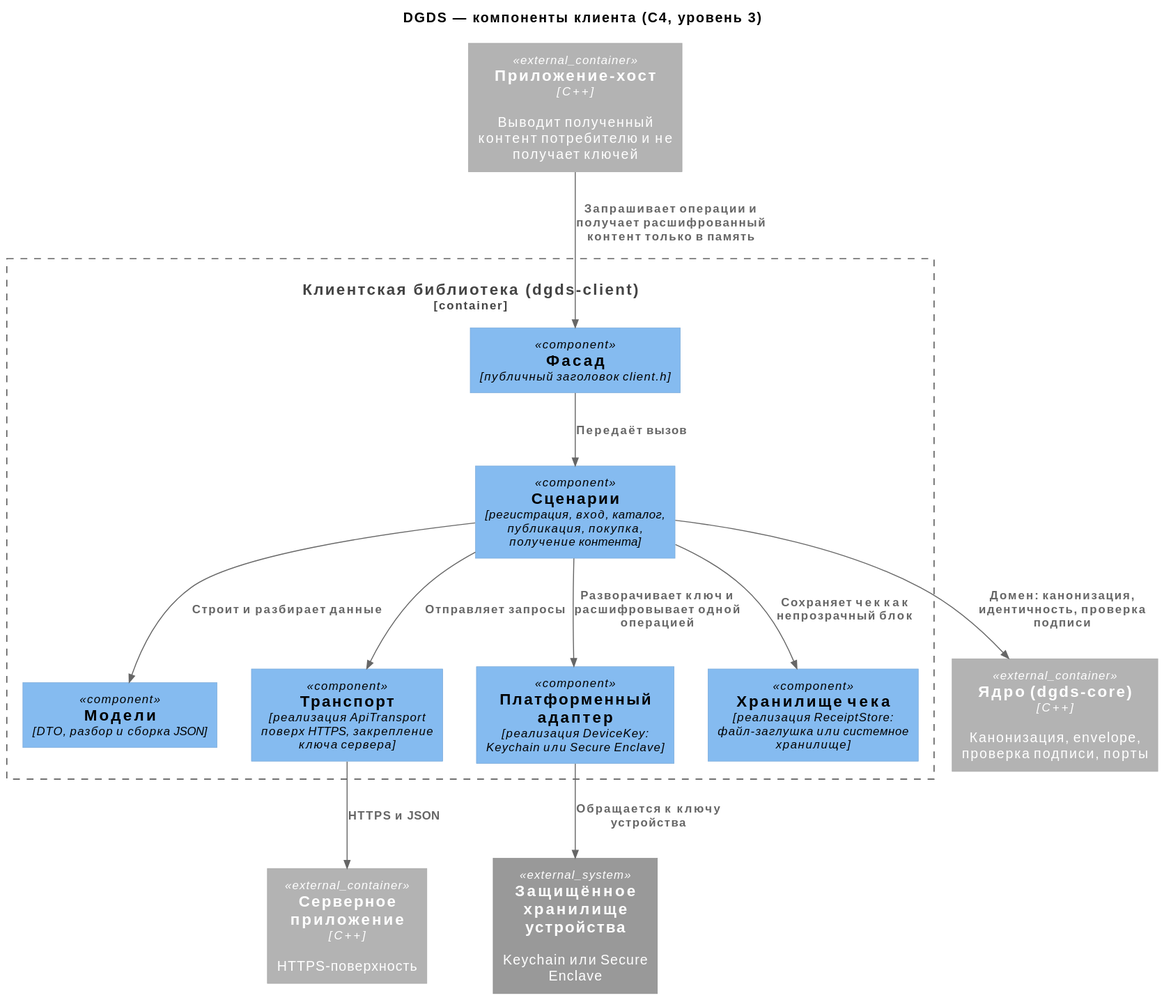
The PlantUML diagram docs/architecture/03-components-client.svg in plushcube/dgds, before a commit.
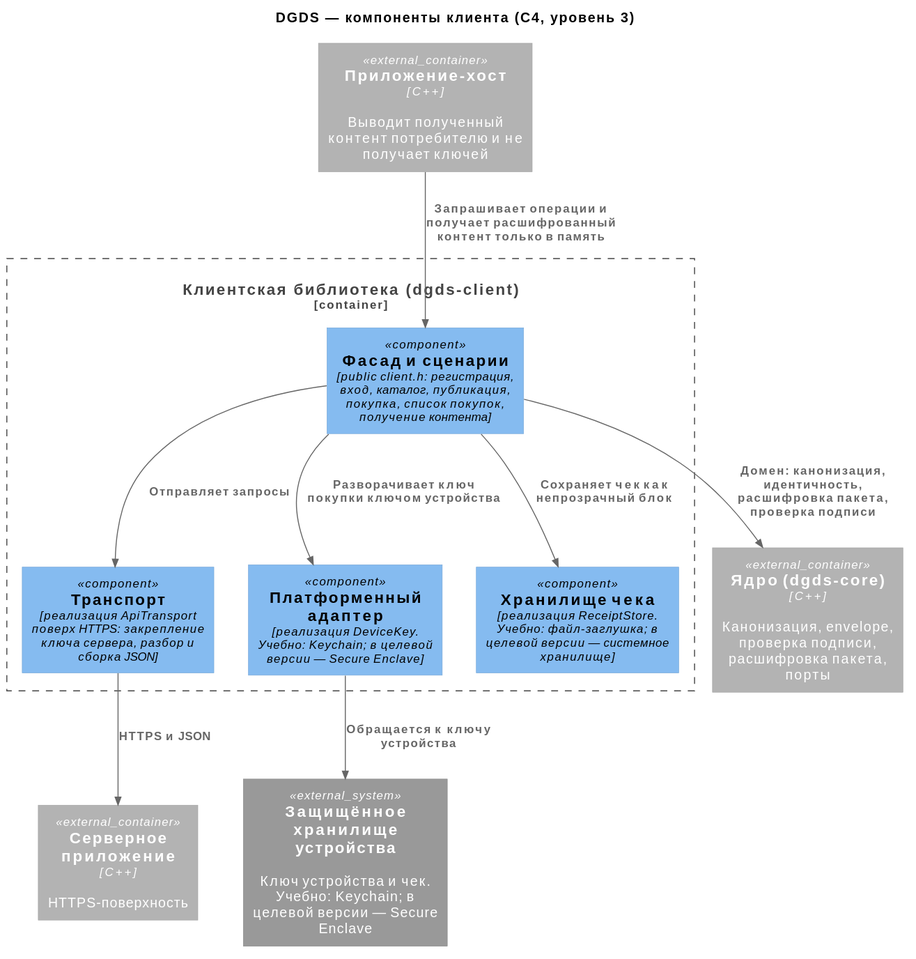
The same diagram one commit later.

The edit, as a diff of the source:
```diff
@@ -4,26 +4,22 @@
 title DGDS — компоненты клиента (C4, уровень 3)
 
 Container_Boundary(client, "Клиентская библиотека (dgds-client)") {
-  Component(facade, "Фасад", "публичный заголовок client.h")
-  Component(services, "Сценарии", "регистрация, вход, каталог, публикация, покупка, получение контента")
-  Component(models, "Модели", "DTO, разбор и сборка JSON")
-  Component(transport, "Транспорт", "реализация ApiTransport поверх HTTPS, закрепление ключа сервера")
-  Component(platform, "Платформенный адаптер", "реализация DeviceKey: Keychain или Secure Enclave")
-  Component(receipts, "Хранилище чека", "реализация ReceiptStore: файл-заглушка или системное хранилище")
+  Component(facade, "Фасад и сценарии", "public client.h: регистрация, вход, каталог, публикация, покупка, список покупок, получение контента")
+  Component(transport, "Транспорт", "реализация ApiTransport поверх HTTPS: закрепление ключа сервера, разбор и сборка JSON")
+  Component(platform, "Платформенный адаптер", "реализация DeviceKey. Учебно: Keychain; в целевой версии — Secure Enclave")
+  Component(receipts, "Хранилище чека", "реализация ReceiptStore. Учебно: файл-заглушка; в целевой версии — системное хранилище")
 }
 
 Container_Ext(host, "Приложение-хост", "C++", "Выводит полученный контент потребителю и не получает ключей")
-System_Ext(devicekey, "Защищённое хранилище устройства", "Keychain или Secure Enclave")
+System_Ext(devicekey, "Защищённое хранилище устройства", "Ключ устройства и чек. Учебно: Keychain; в целевой версии — Secure Enclave")
 Container_Ext(server, "Серверное приложение", "C++", "HTTPS-поверхность")
-Container_Ext(core, "Ядро (dgds-core)", "C++", "Канонизация, envelope, проверка подписи, порты")
+Container_Ext(core, "Ядро (dgds-core)", "C++", "Канонизация, envelope, проверка подписи, расшифровка пакета, порты")
 
 Rel(host, facade, "Запрашивает операции и получает расшифрованный контент только в память")
-Rel(facade, services, "Передаёт вызов")
-Rel(services, models, "Строит и разбирает данные")
-Rel(services, transport, "Отправляет запросы")
-Rel(services, receipts, "Сохраняет чек как непрозрачный блок")
-Rel(services, platform, "Разворачивает ключ и расшифровывает одной операцией")
-Rel(services, core, "Домен: канонизация, идентичность, проверка подписи")
+Rel(facade, transport, "Отправляет запросы")
+Rel(facade, receipts, "Сохраняет чек как непрозрачный блок")
+Rel(facade, platform, "Разворачивает ключ покупки ключом устройства")
+Rel(facade, core, "Домен: канонизация, идентичность, расшифровка пакета, проверка подписи")
 Rel(platform, devicekey, "Обращается к ключу устройства")
 Rel(transport, server, "HTTPS и JSON")
 @enduml
```
